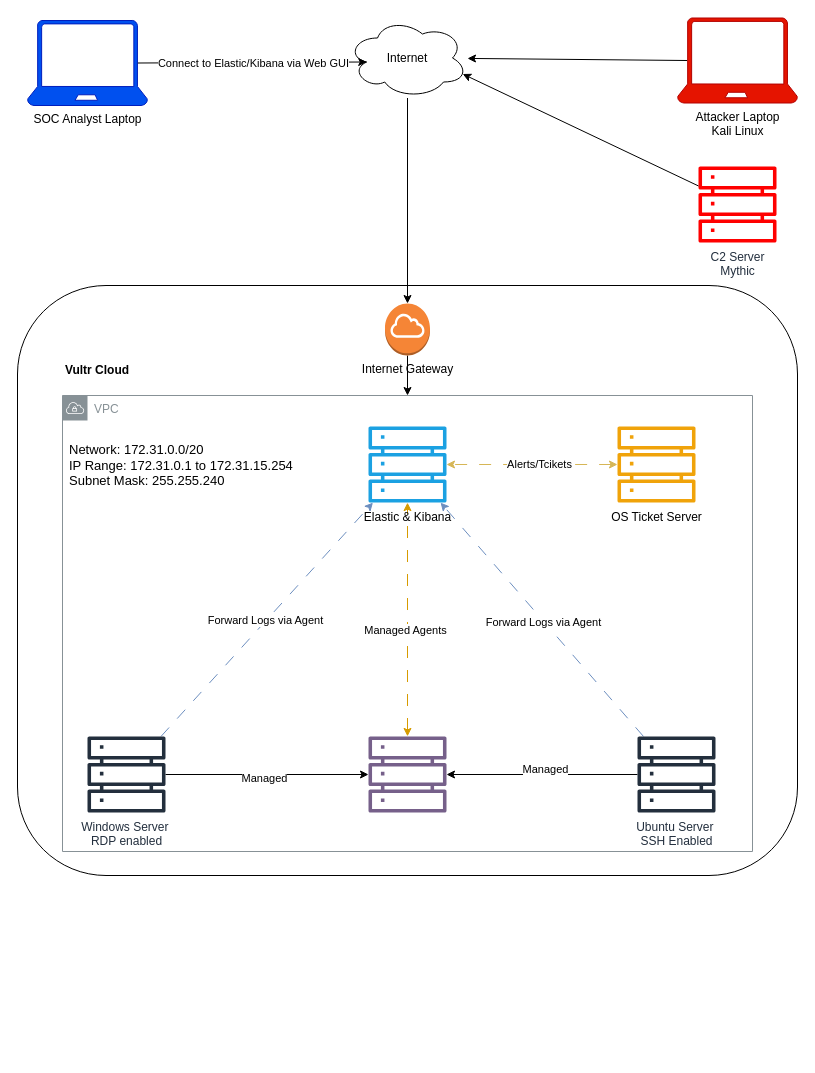
This is Netwrok_Diagram.drawio from mohsinnazir967/30_SOC_Challenge_MyDFIR, a draw.io file, before an edit. Source tidied: cells renumbered, new cells numbered last; positions are measured from the earlier drawing's top-left corner, leaving out a move shared by most shapes. Both pictures are drawn from the tidied source at 100%, with x=0, y=0 at pixel (17, 17).
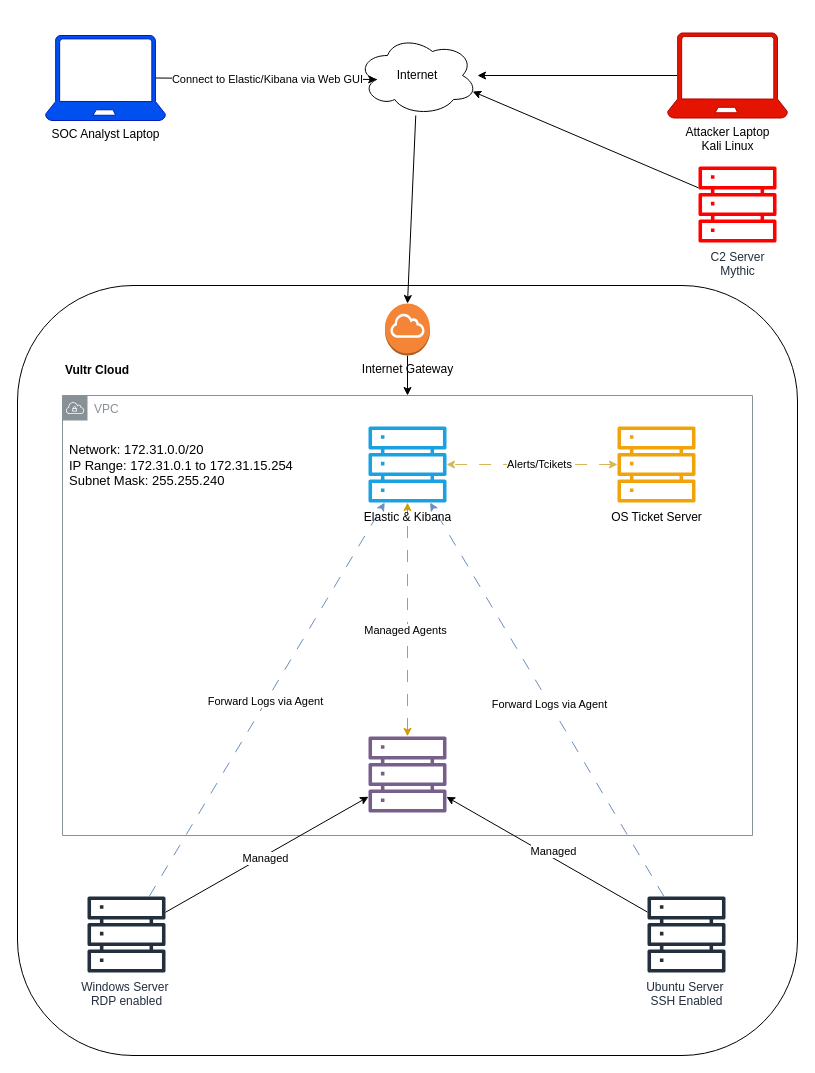
The same page after the edit.

Commit message:
vault backup: 2025-02-23 21:00:28

The change refers to these unchanged cells:
```xml
<mxCell id="15" value="Fleet Server" style="sketch=0;outlineConnect=0;fillColor=#76608a;strokeColor=#432D57;dashed=0;verticalLabelPosition=bottom;verticalAlign=top;align=center;html=1;fontSize=12;fontStyle=0;shape=mxgraph.aws4.servers;gradientDirection=radial;fontColor=#ffffff;" parent="1" vertex="1">
  <mxGeometry x="351" y="718" width="78" height="78" as="geometry" />
</mxCell>
<mxCell id="25" value="Internet Gateway" style="outlineConnect=0;dashed=0;verticalLabelPosition=bottom;verticalAlign=top;align=center;html=1;shape=mxgraph.aws3.internet_gateway;fillColor=#F58536;gradientColor=none;" parent="1" vertex="1">
  <mxGeometry x="367.5" y="286" width="45" height="52" as="geometry" />
</mxCell>
```

Change to the diagram source:
```diff
@@
     <mxCell id="2" style="rounded=1;whiteSpace=wrap;html=1;align=left;verticalAlign=top;labelPosition=center;verticalLabelPosition=middle;labelBackgroundColor=default;" parent="1" vertex="1">
-      <mxGeometry y="268" width="780" height="590" as="geometry" />
+      <mxGeometry y="268" width="780" height="770" as="geometry" />
     </mxCell>
     <mxCell id="3" value="VPC" style="sketch=0;outlineConnect=0;gradientColor=none;html=1;whiteSpace=wrap;fontSize=12;fontStyle=0;shape=mxgraph.aws4.group;grIcon=mxgraph.aws4.group_vpc;strokeColor=#879196;fillColor=none;verticalAlign=top;align=left;spacingLeft=30;fontColor=#879196;dashed=0;" parent="1" vertex="1">
-      <mxGeometry x="45" y="378" width="690" height="456" as="geometry" />
+      <mxGeometry x="45" y="378" width="690" height="440" as="geometry" />
     </mxCell>
@@
-    <mxCell id="8" style="edgeStyle=orthogonalEdgeStyle;rounded=0;jettySize=auto;html=1;" parent="1" edge="1" source="12" target="15">
+    <mxCell id="8" style="rounded=0;jettySize=auto;html=1;" parent="1" edge="1" source="12" target="15">
       <mxGeometry relative="1" as="geometry" />
     </mxCell>
@@
     <mxCell id="12" value="Ubuntu Server&amp;nbsp;&lt;div&gt;SSH Enabled&lt;/div&gt;" style="sketch=0;outlineConnect=0;fontColor=#232F3E;gradientColor=none;fillColor=#232F3D;strokeColor=none;dashed=0;verticalLabelPosition=bottom;verticalAlign=top;align=center;html=1;fontSize=12;fontStyle=0;shape=mxgraph.aws4.servers;" parent="1" vertex="1">
-      <mxGeometry x="620" y="718" width="78" height="78" as="geometry" />
+      <mxGeometry x="630" y="878" width="78" height="78" as="geometry" />
     </mxCell>
@@
-    <mxCell id="16" style="edgeStyle=orthogonalEdgeStyle;rounded=0;jettySize=auto;html=1;" parent="1" edge="1" source="20" target="15">
+    <mxCell id="16" style="rounded=0;jettySize=auto;html=1;" parent="1" edge="1" source="20" target="15">
       <mxGeometry relative="1" as="geometry" />
     </mxCell>
@@
     <mxCell id="20" value="Windows Server&amp;nbsp;&lt;div&gt;RDP enabled&lt;/div&gt;" style="sketch=0;outlineConnect=0;fontColor=#232F3E;gradientColor=none;fillColor=#232F3D;strokeColor=none;dashed=0;verticalLabelPosition=bottom;verticalAlign=top;align=center;html=1;fontSize=12;fontStyle=0;shape=mxgraph.aws4.servers;" parent="1" vertex="1">
-      <mxGeometry x="70" y="718" width="78" height="78" as="geometry" />
+      <mxGeometry x="70" y="878" width="78" height="78" as="geometry" />
     </mxCell>
@@
     <mxCell id="26" value="Internet" style="ellipse;shape=cloud;whiteSpace=wrap;html=1;" parent="1" vertex="1">
-      <mxGeometry x="330" y="0.5" width="120" height="80" as="geometry" />
+      <mxGeometry x="340" y="18" width="120" height="80" as="geometry" />
     </mxCell>
-    <mxCell id="27" style="edgeStyle=orthogonalEdgeStyle;rounded=0;jettySize=auto;html=1;entryX=0.5;entryY=0;entryDx=0;entryDy=0;entryPerimeter=0;" parent="1" edge="1" source="26" target="25">
+    <mxCell id="27" style="rounded=0;jettySize=auto;html=1;entryX=0.5;entryY=0;entryDx=0;entryDy=0;entryPerimeter=0;" parent="1" edge="1" source="26" target="25">
       <mxGeometry relative="1" as="geometry" />
     </mxCell>
     <mxCell id="28" value="SOC Analyst Laptop" style="verticalLabelPosition=bottom;html=1;verticalAlign=top;align=center;strokeColor=#001DBC;fillColor=#0050ef;shape=mxgraph.azure.laptop;fontColor=#000000;" parent="1" vertex="1">
-      <mxGeometry x="10" y="3" width="120" height="85" as="geometry" />
+      <mxGeometry x="28" y="18" width="120" height="85" as="geometry" />
     </mxCell>
@@
     <mxCell id="32" value="&lt;font style=&quot;color: rgb(0, 0, 0);&quot;&gt;Attacker Laptop&lt;/font&gt;&lt;div&gt;&lt;font style=&quot;color: rgb(0, 0, 0);&quot;&gt;Kali Linux&lt;/font&gt;&lt;/div&gt;" style="verticalLabelPosition=bottom;html=1;verticalAlign=top;align=center;strokeColor=#B20000;fillColor=#e51400;shape=mxgraph.azure.laptop;fontColor=#ffffff;" parent="1" vertex="1">
-      <mxGeometry x="660" y="0.5" width="120" height="85" as="geometry" />
+      <mxGeometry x="650" y="15.5" width="120" height="85" as="geometry" />
     </mxCell>
```
